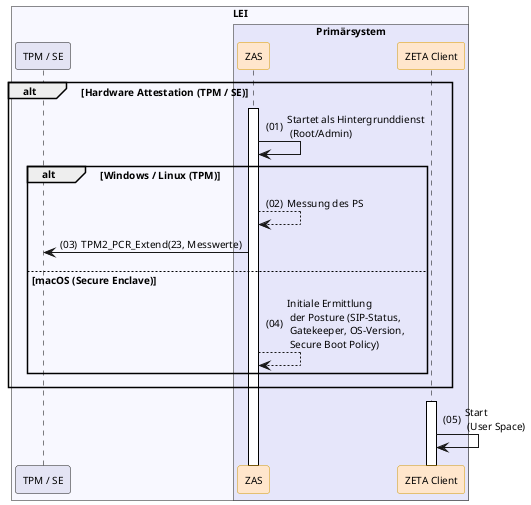
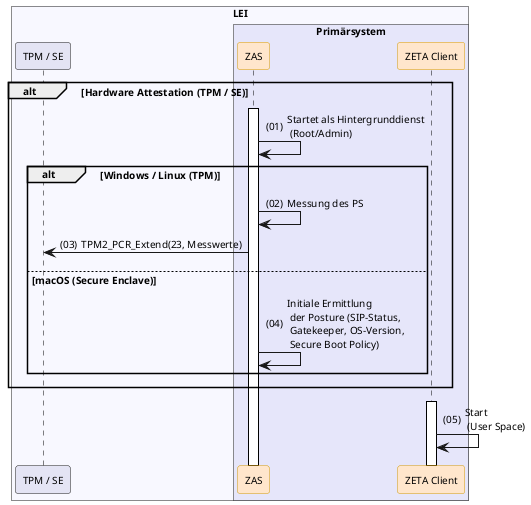
@startuml "client-start"
autonumber "(00)"
skinparam defaultFontSize 10
skinparam defaultFontName Helvetica
skinparam DefaultMonospacedFontName Courier
skinparam lengthAdjust none
skinparam sequenceReferenceBackgroundColor White
skinparam SequenceReferenceFontSize 12
skinparam sequenceMessageAlign left
hide stereotype

' Box colors
!define ZETA_GUARD_COLOR #FFF3E5
!define LEI_COLOR #GhostWhite
!define LEI_COMPONENT_COLOR #E4E4F4
!define PRIMAERSYSTEM_COLOR #Lavender
!define PROVIDER_COLOR #EDFDEC

' Participant colors
<style>
sequenceDiagram {
  participant {
    .zeta {
      BackgroundColor #FFE6CC
      LineColor #D79B00
    }
    .provider {
      BackgroundColor #D5E8D4
      LineColor #82B366
    }
  }
  lifeline {
    BackgroundColor White
    LineColor Black
  }
}
</style>

' title Client Start & Initialisierung

!pragma teoz true

box "LEI" LEI_COLOR
  participant "TPM / SE" as TPM LEI_COMPONENT_COLOR
  box "Primärsystem" PRIMAERSYSTEM_COLOR
    participant ZAS as "ZAS" <<zeta>>
    participant Client as "ZETA Client" <<zeta>>
  end box
end box

alt Hardware Attestation (TPM / SE)
    ZAS++
    ZAS -> ZAS: Startet als Hintergrunddienst\n (Root/Admin)

    alt Windows / Linux (TPM)
-         ZAS --> ZAS: Messung des PS
+         ZAS -> ZAS: Messung des PS
        ZAS -> TPM: TPM2_PCR_Extend(23, Messwerte)
    else macOS (Secure Enclave)
-         ZAS --> ZAS: Initiale Ermittlung\n der Posture (SIP-Status,\n Gatekeeper, OS-Version,\n Secure Boot Policy)
+         ZAS -> ZAS: Initiale Ermittlung\n der Posture (SIP-Status,\n Gatekeeper, OS-Version,\n Secure Boot Policy)
    end
end
Client++
Client -> Client: Start \n (User Space)

@enduml